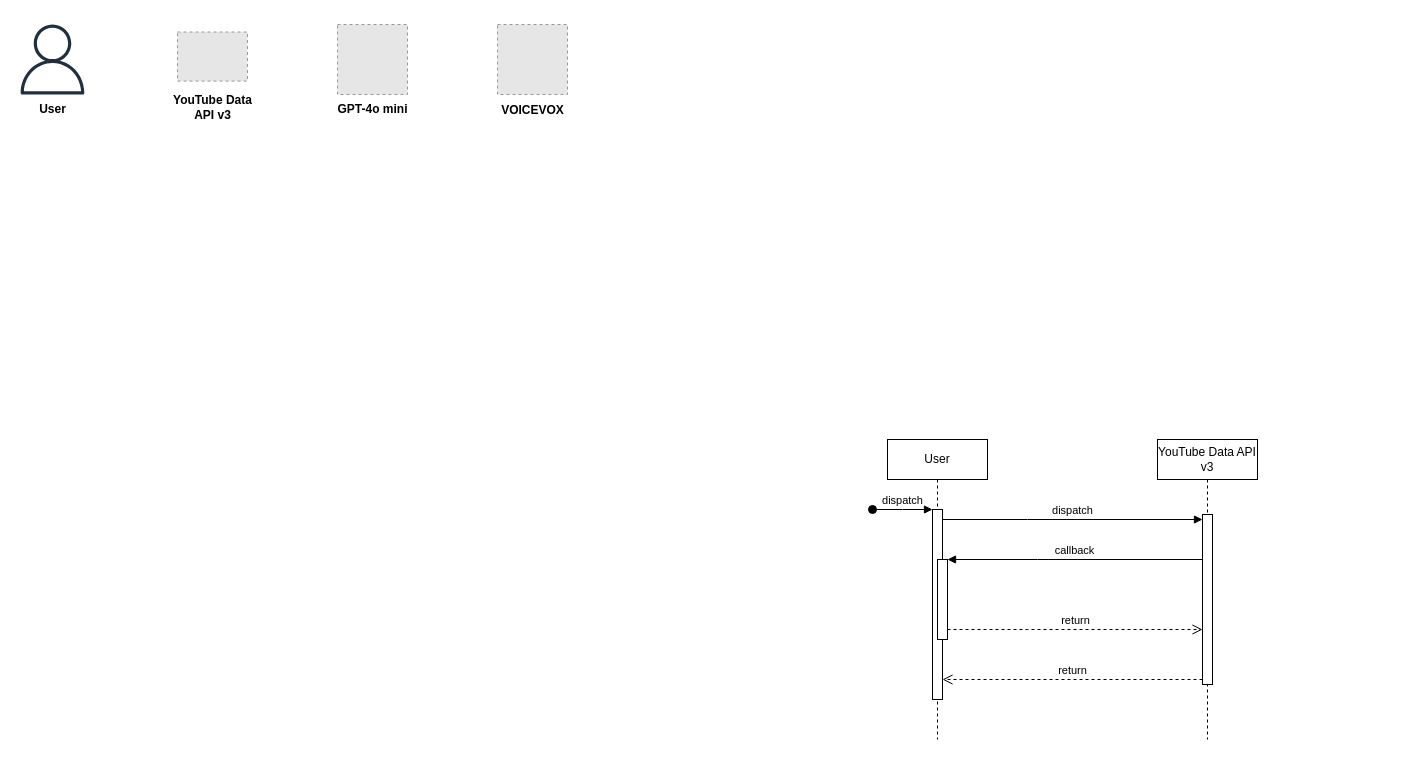
Before: sequence.drawio in suzuuuuu09/ai-vtuber, a draw.io diagram. Source tidied: cells renumbered, new cells numbered last; positions are measured from the earlier drawing's top-left corner, leaving out a move shared by most shapes. Both pictures are drawn from the tidied source at 100%, with x=0, y=0 at pixel (17, 17). Pictures stored in the file or linked from it are replaced by grey dashed boxes.
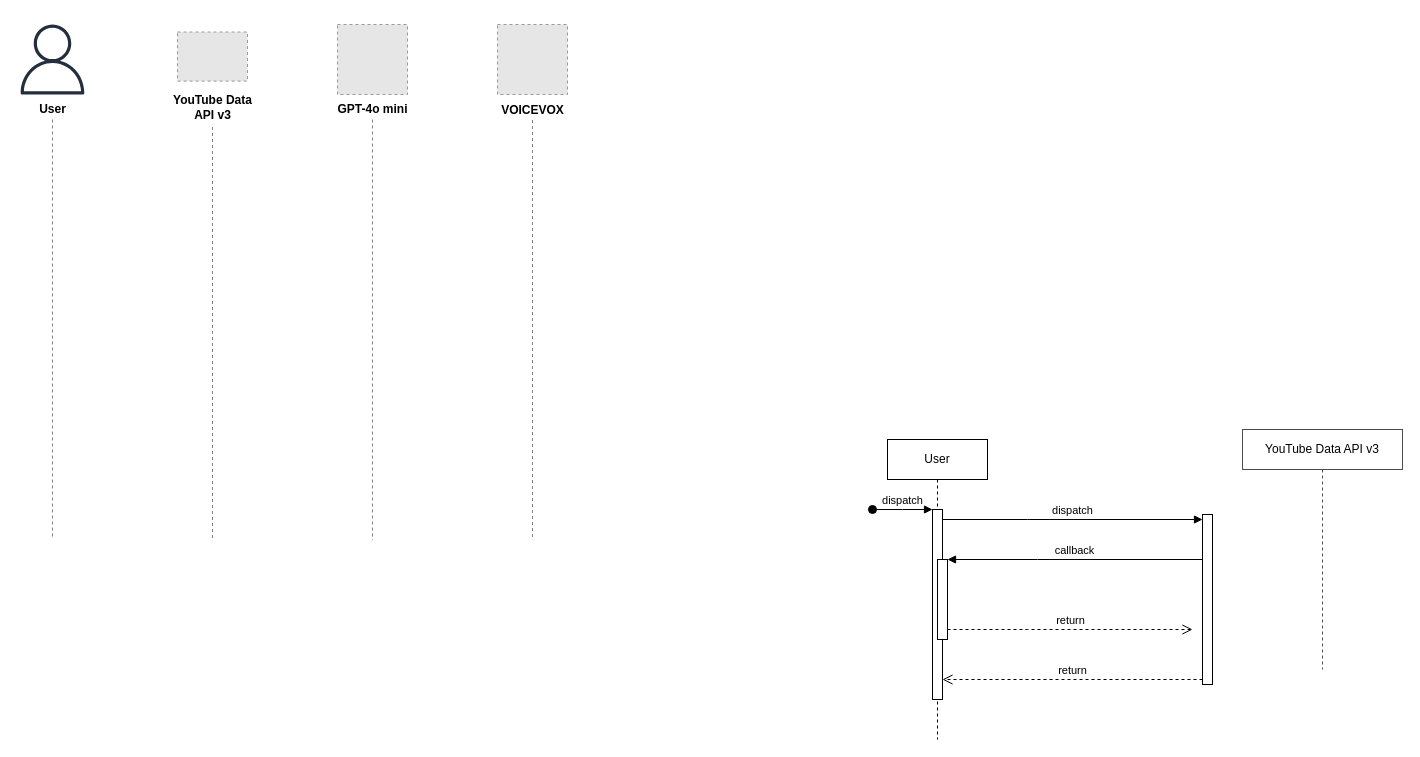
The same page after the edit.

Commit message:
sequence.drawio を更新します

Unchanged cells that the change refers to:
```xml
<mxCell id="11" style="html=1;points=[];perimeter=orthogonalPerimeter;outlineConnect=0;targetShapes=umlLifeline;portConstraint=eastwest;newEdgeStyle={&quot;edgeStyle&quot;:&quot;elbowEdgeStyle&quot;,&quot;elbow&quot;:&quot;vertical&quot;,&quot;curved&quot;:0,&quot;rounded&quot;:0};" parent="1" vertex="1">
  <mxGeometry x="920" y="542" width="10" height="80" as="geometry" />
</mxCell>
<mxCell id="14" value="&lt;font&gt;&lt;b&gt;User&lt;/b&gt;&lt;/font&gt;" style="text;html=1;align=center;verticalAlign=middle;points=[];strokeColor=none;fillColor=none;spacing=0;fontFamily=Noto Sans Japanese;horizontal=1;labelPosition=center;verticalLabelPosition=middle;" parent="12" vertex="1">
  <mxGeometry x="10" y="75" width="50" height="20" as="geometry" />
</mxCell>
<mxCell id="15" style="group;" parent="1" vertex="1">
  <mxGeometry x="310" y="7" width="90" height="95" as="geometry" />
</mxCell>
<mxCell id="17" value="&lt;b&gt;GPT-4o mini&lt;/b&gt;" style="text;html=1;align=center;verticalAlign=middle;points=[];strokeColor=none;fillColor=none;spacing=0;fontFamily=Noto Sans Japanese;" parent="15" vertex="1">
  <mxGeometry y="75" width="90" height="20" as="geometry" />
</mxCell>
<mxCell id="18" style="group;" parent="1" vertex="1">
  <mxGeometry x="145" y="-0.5" width="100" height="110" as="geometry" />
</mxCell>
<mxCell id="19" value="&lt;font&gt;&lt;b&gt;YouTube Data&lt;/b&gt;&lt;/font&gt;&lt;div&gt;&lt;font&gt;&lt;b&gt;API v3&lt;/b&gt;&lt;/font&gt;&lt;/div&gt;" style="text;html=1;align=center;verticalAlign=middle;points=[];strokeColor=none;fillColor=none;spacing=0;fontFamily=Noto Sans Japanese;" parent="18" vertex="1">
  <mxGeometry y="70" width="100" height="40" as="geometry" />
</mxCell>
<mxCell id="23" style="group;" parent="1" vertex="1">
  <mxGeometry x="475" y="7" width="80" height="95.5" as="geometry" />
</mxCell>
<mxCell id="25" value="&lt;b&gt;VOICEVOX&lt;/b&gt;" style="text;html=1;align=center;verticalAlign=middle;points=[];strokeColor=none;fillColor=none;spacing=0;fontFamily=Noto Sans Japanese;" parent="23" vertex="1">
  <mxGeometry y="75.5" width="80" height="20" as="geometry" />
</mxCell>
```

Change to the diagram source:
```diff
@@
-    <mxCell id="3" value="YouTube Data API v3" style="shape=umlLifeline;perimeter=lifelinePerimeter;whiteSpace=wrap;html=1;newEdgeStyle={&quot;edgeStyle&quot;:&quot;elbowEdgeStyle&quot;,&quot;elbow&quot;:&quot;vertical&quot;,&quot;curved&quot;:0,&quot;rounded&quot;:0};" parent="1" vertex="1">
-      <mxGeometry x="1140" y="422" width="100" height="300" as="geometry" />
+    <mxCell id="3" value="YouTube Data API v3" style="shape=umlLifeline;perimeter=lifelinePerimeter;whiteSpace=wrap;html=1;newEdgeStyle={&quot;edgeStyle&quot;:&quot;elbowEdgeStyle&quot;,&quot;elbow&quot;:&quot;vertical&quot;,&quot;curved&quot;:0,&quot;rounded&quot;:0};strokeColor=#4D4D4D;" parent="1" vertex="1">
+      <mxGeometry x="1225" y="412" width="160" height="240" as="geometry" />
     </mxCell>
-    <mxCell id="4" style="html=1;points=[];perimeter=orthogonalPerimeter;outlineConnect=0;targetShapes=umlLifeline;portConstraint=eastwest;newEdgeStyle={&quot;edgeStyle&quot;:&quot;elbowEdgeStyle&quot;,&quot;elbow&quot;:&quot;vertical&quot;,&quot;curved&quot;:0,&quot;rounded&quot;:0};" parent="3" vertex="1">
-      <mxGeometry x="45" y="75" width="10" height="170" as="geometry" />
-    </mxCell>
@@
-    <mxCell id="8" value="return" style="html=1;verticalAlign=bottom;endArrow=open;dashed=1;endSize=8;edgeStyle=elbowEdgeStyle;elbow=vertical;curved=0;rounded=0;" parent="1" edge="1" source="11" target="4">
+    <mxCell id="8" value="return" style="html=1;verticalAlign=bottom;endArrow=open;dashed=1;endSize=8;edgeStyle=elbowEdgeStyle;elbow=vertical;curved=0;rounded=0;" parent="1" edge="1" source="11">
       <mxGeometry relative="1" as="geometry">
+        <mxPoint x="1175" y="612" as="targetPoint" />
         <Array as="points">
           <mxPoint x="1010" y="612" />
         </Array>
       </mxGeometry>
     </mxCell>
@@
-    <mxCell id="12" style="group;" parent="1" vertex="1">
+    <mxCell id="12" style="group;horizontal=1;verticalAlign=middle;" parent="1" vertex="1">
       <mxGeometry y="7" width="70" height="95" as="geometry" />
     </mxCell>
@@
+    <mxCell id="26" style="edgeStyle=orthogonalEdgeStyle;rounded=0;jettySize=auto;html=1;dashed=1;endArrow=none;endFill=0;strokeColor=#808080;" parent="12" edge="1" source="14">
+      <mxGeometry relative="1" as="geometry">
+        <mxPoint x="35" y="515" as="targetPoint" />
+      </mxGeometry>
+    </mxCell>
@@
+    <mxCell id="27" style="edgeStyle=orthogonalEdgeStyle;rounded=0;jettySize=auto;html=1;dashed=1;endArrow=none;endFill=0;strokeColor=#808080;" parent="15" edge="1" source="17">
+      <mxGeometry relative="1" as="geometry">
+        <mxPoint x="45" y="515.7" as="targetPoint" />
+      </mxGeometry>
+    </mxCell>
@@
+    <mxCell id="28" style="edgeStyle=orthogonalEdgeStyle;rounded=0;jettySize=auto;html=1;strokeColor=#808080;dashed=1;endArrow=none;endFill=0;" parent="18" edge="1" source="19">
+      <mxGeometry relative="1" as="geometry">
+        <mxPoint x="50" y="522.5" as="targetPoint" />
+      </mxGeometry>
+    </mxCell>
@@
+    <mxCell id="29" style="edgeStyle=orthogonalEdgeStyle;rounded=0;jettySize=auto;html=1;dashed=1;strokeColor=#808080;endArrow=none;endFill=0;" parent="23" edge="1" source="25">
+      <mxGeometry relative="1" as="geometry">
+        <mxPoint x="40" y="515" as="targetPoint" />
+      </mxGeometry>
+    </mxCell>
@@
+    <mxCell id="4" style="html=1;points=[];perimeter=orthogonalPerimeter;outlineConnect=0;targetShapes=umlLifeline;portConstraint=eastwest;newEdgeStyle={&quot;edgeStyle&quot;:&quot;elbowEdgeStyle&quot;,&quot;elbow&quot;:&quot;vertical&quot;,&quot;curved&quot;:0,&quot;rounded&quot;:0};" parent="1" vertex="1">
+      <mxGeometry x="1185" y="497" width="10" height="170" as="geometry" />
+    </mxCell>
```
